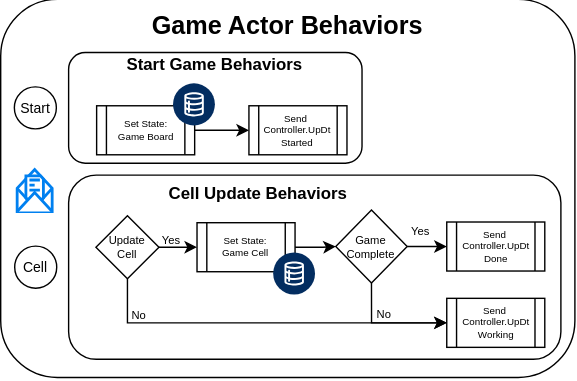
sunlao/py_sudoku_solver keeps this draw.io diagram as docs/diagrams/GameActor.svg. Above is the earlier version. Source tidied: cells renumbered, new cells last; positions are measured from the earlier drawing's top-left corner, leaving out a move shared by most shapes.
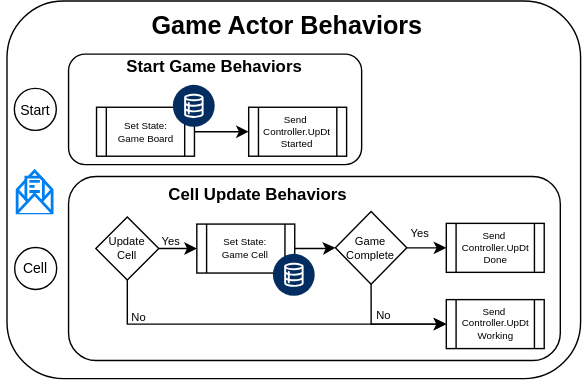
Later version of the same file.

Diff of the diagram source:
```diff
@@ -1,10 +1,10 @@
-<mxGraphModel>
+<mxGraphModel background="light-dark(#ffffff, #121212)">
   <root>
     <mxCell id="0" />
     <mxCell id="1" parent="0" />
-    <mxCell id="2" style="rounded=1;whiteSpace=wrap;html=1;" parent="1" vertex="1">
-      <mxGeometry width="410" height="270" as="geometry" />
-    </mxCell>
+    <mxCell id="30" style="rounded=1;whiteSpace=wrap;html=1;" parent="1" vertex="1">
+      <mxGeometry x="4.5" width="410" height="270" as="geometry" />
+    </mxCell>
     <mxCell id="3" style="rounded=1;whiteSpace=wrap;html=1;" parent="1" vertex="1">
       <mxGeometry x="48.5" y="38" width="209.5" height="79" as="geometry" />
     </mxCell>
@@ -27,7 +27,7 @@
       <mxGeometry x="48" y="38" width="210" height="18" as="geometry" />
     </mxCell>
     <mxCell id="10" value="Game Actor Behaviors" style="text;html=1;whiteSpace=wrap;strokeColor=none;fillColor=none;align=center;verticalAlign=middle;rounded=0;fontStyle=1;fontSize=18;" parent="1" vertex="1">
-      <mxGeometry y="5" width="410" height="27" as="geometry" />
+      <mxGeometry y="4" width="410" height="27" as="geometry" />
     </mxCell>
     <mxCell id="11" style="rounded=1;whiteSpace=wrap;html=1;" parent="1" vertex="1">
       <mxGeometry x="48.5" y="125.5" width="351.5" height="131.5" as="geometry" />
```
